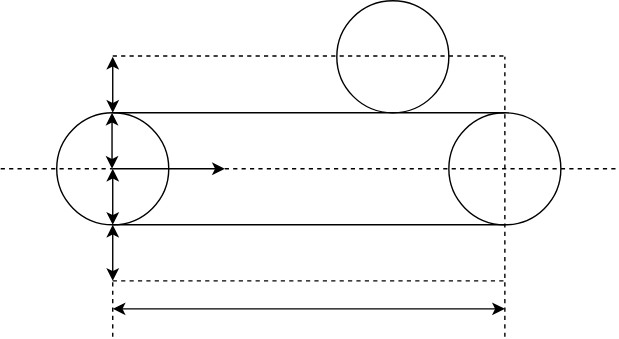
This is free-run.svg from Oleg-Smal-git/diploma, a draw.io export, as it was before one commit. Source tidied: cells renumbered, new cells last; positions are measured from the earlier drawing's top-left corner, leaving out a move shared by most shapes.
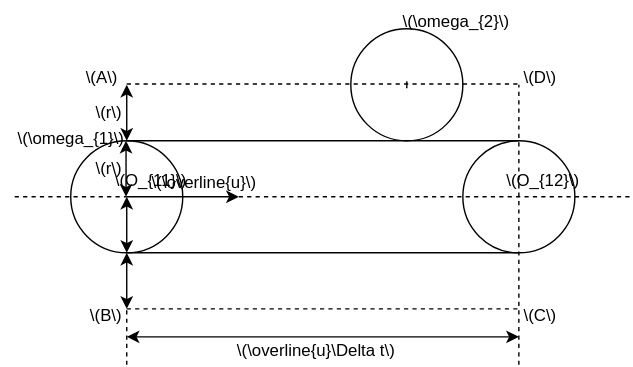
The same diagram one commit later.

The edit, as a diff of the source:
```diff
@@ -1,4 +1,4 @@
-<mxGraphModel>
+<mxGraphModel math="1">
   <root>
     <mxCell id="0" />
     <mxCell id="1" parent="0" />
@@ -86,5 +86,47 @@
         <mxPoint x="80" y="120" as="targetPoint" />
       </mxGeometry>
     </mxCell>
+    <mxCell id="19" style="endArrow=none;html=1;rounded=0;" parent="1" edge="1">
+      <mxGeometry relative="1" as="geometry">
+        <mxPoint x="280" y="42.5" as="sourcePoint" />
+        <mxPoint x="280" y="37.5" as="targetPoint" />
+      </mxGeometry>
+    </mxCell>
+    <mxCell id="20" value="\(r\)" style="text;html=1;align=center;verticalAlign=middle;strokeColor=none;fillColor=none;fontSize=12;imageHeight=24;spacing=0;labelPosition=center;verticalLabelPosition=middle;horizontal=1;imageVerticalAlign=middle;" parent="1" vertex="1">
+      <mxGeometry x="47" y="50" width="40" height="20" as="geometry" />
+    </mxCell>
+    <mxCell id="21" value="\(r\)" style="text;html=1;align=center;verticalAlign=middle;strokeColor=none;fillColor=none;fontSize=12;imageHeight=24;spacing=0;labelPosition=center;verticalLabelPosition=middle;horizontal=1;imageVerticalAlign=middle;" parent="1" vertex="1">
+      <mxGeometry x="47" y="90" width="40" height="20" as="geometry" />
+    </mxCell>
+    <mxCell id="22" value="\(\overline{u}\)" style="text;html=1;align=center;verticalAlign=middle;strokeColor=none;fillColor=none;fontSize=12;imageHeight=24;spacing=0;labelPosition=center;verticalLabelPosition=middle;horizontal=1;imageVerticalAlign=middle;" parent="1" vertex="1">
+      <mxGeometry x="90" y="100" width="90" height="20" as="geometry" />
+    </mxCell>
+    <mxCell id="23" value="\(\overline{u}\Delta t\)" style="text;html=1;align=center;verticalAlign=middle;strokeColor=none;fillColor=none;fontSize=12;imageHeight=24;spacing=0;labelPosition=center;verticalLabelPosition=middle;horizontal=1;imageVerticalAlign=middle;" parent="1" vertex="1">
+      <mxGeometry x="150" y="220" width="130" height="20" as="geometry" />
+    </mxCell>
+    <mxCell id="24" value="\(B\)" style="text;html=1;align=center;verticalAlign=middle;strokeColor=none;fillColor=none;" parent="1" vertex="1">
+      <mxGeometry x="40" y="190" width="50" height="30" as="geometry" />
+    </mxCell>
+    <mxCell id="25" value="\(A\)" style="text;html=1;align=center;verticalAlign=middle;strokeColor=none;fillColor=none;" parent="1" vertex="1">
+      <mxGeometry x="37" y="20" width="50" height="30" as="geometry" />
+    </mxCell>
+    <mxCell id="26" value="\(D\)" style="text;html=1;align=center;verticalAlign=middle;strokeColor=none;fillColor=none;" parent="1" vertex="1">
+      <mxGeometry x="350" y="20" width="50" height="30" as="geometry" />
+    </mxCell>
+    <mxCell id="27" value="\(C\)" style="text;html=1;align=center;verticalAlign=middle;strokeColor=none;fillColor=none;" parent="1" vertex="1">
+      <mxGeometry x="350" y="190" width="50" height="30" as="geometry" />
+    </mxCell>
+    <mxCell id="28" value="\(O_{11}\)" style="text;html=1;align=center;verticalAlign=middle;strokeColor=none;fillColor=none;" parent="1" vertex="1">
+      <mxGeometry x="62" y="94" width="70" height="30" as="geometry" />
+    </mxCell>
+    <mxCell id="29" value="\(O_{12}\)" style="text;html=1;align=center;verticalAlign=middle;strokeColor=none;fillColor=none;" parent="1" vertex="1">
+      <mxGeometry x="337" y="94" width="80" height="30" as="geometry" />
+    </mxCell>
+    <mxCell id="30" value="\(\omega_{2}\)" style="text;html=1;align=center;verticalAlign=middle;strokeColor=none;fillColor=none;" parent="1" vertex="1">
+      <mxGeometry x="265" y="-20" width="100" height="30" as="geometry" />
+    </mxCell>
+    <mxCell id="31" value="\(\omega_{1}\)" style="text;html=1;align=center;verticalAlign=middle;strokeColor=none;fillColor=none;" parent="1" vertex="1">
+      <mxGeometry x="-10" y="64" width="100" height="30" as="geometry" />
+    </mxCell>
   </root>
 </mxGraphModel>
```
